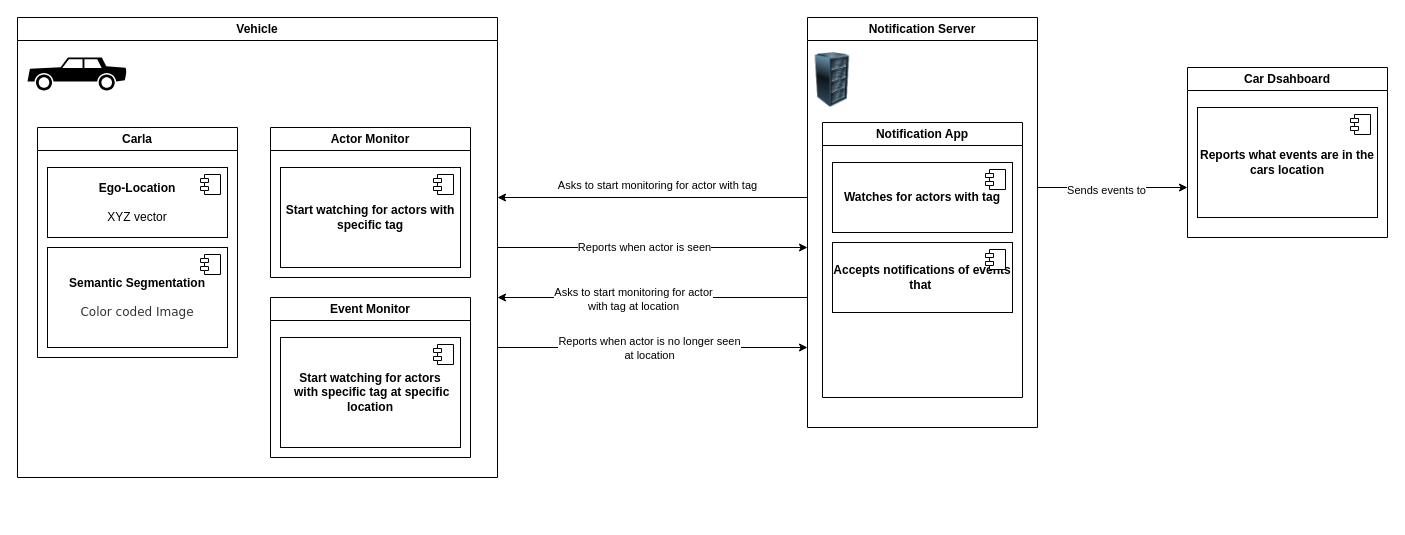
The draw.io diagram Carla_sensors.drawio in Eclipse-SDV-Hackathon-Chapter-Three/tide, before the edit. Source tidied: cells renumbered, new cells numbered last; positions are measured from the earlier drawing's top-left corner, leaving out a move shared by most shapes. Both pictures are drawn from the tidied source at 100%, with x=0, y=0 at pixel (17, 17).
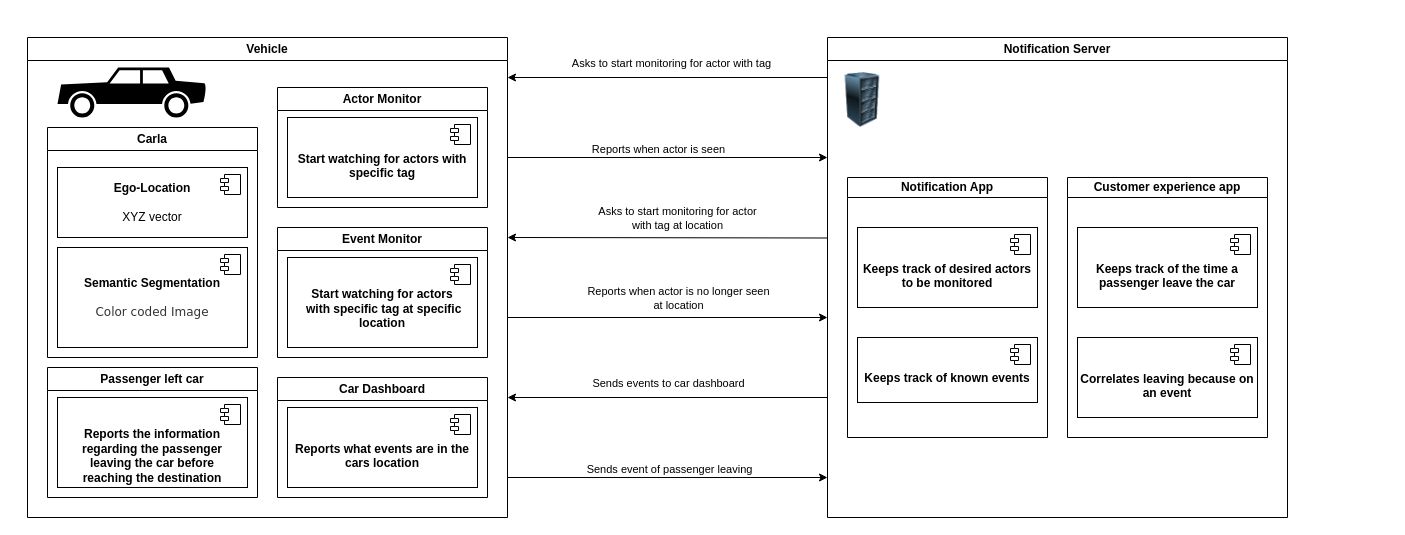
After the change.

Change to the diagram source:
```diff
@@
     <mxCell id="2" style="edgeStyle=none;html=1;" parent="1" edge="1">
       <mxGeometry relative="1" as="geometry">
-        <mxPoint x="790" y="280" as="sourcePoint" />
-        <mxPoint x="480" y="280" as="targetPoint" />
+        <mxPoint x="810" y="220.5" as="sourcePoint" />
+        <mxPoint x="490" y="220" as="targetPoint" />
       </mxGeometry>
     </mxCell>
     <mxCell id="3" value="Asks to start monitoring for actor &lt;br&gt;with tag at location" style="edgeLabel;html=1;align=center;verticalAlign=middle;" parent="2" vertex="1">
-      <mxGeometry x="0.13" y="1" relative="1" as="geometry" />
+      <mxGeometry x="0.13" y="1" relative="1" as="geometry">
+        <mxPoint x="31" y="-21" as="offset" />
+      </mxGeometry>
     </mxCell>
     <mxCell id="4" style="edgeStyle=none;html=1;" parent="1" edge="1">
       <mxGeometry relative="1" as="geometry">
-        <mxPoint x="1020" y="170" as="sourcePoint" />
-        <mxPoint x="1170" y="170" as="targetPoint" />
+        <mxPoint x="810" y="380" as="sourcePoint" />
+        <mxPoint x="490" y="380" as="targetPoint" />
       </mxGeometry>
     </mxCell>
-    <mxCell id="5" value="Sends events to" style="edgeLabel;html=1;align=center;verticalAlign=middle;" parent="4" vertex="1">
-      <mxGeometry x="-0.09" y="-2" relative="1" as="geometry" />
+    <mxCell id="5" value="Sends events to car dashboard" style="edgeLabel;html=1;align=center;verticalAlign=middle;" parent="4" vertex="1">
+      <mxGeometry x="-0.09" y="-2" relative="1" as="geometry">
+        <mxPoint x="-14" y="-13" as="offset" />
+      </mxGeometry>
     </mxCell>
     <mxCell id="6" value="Notification Server" style="swimlane;whiteSpace=wrap;html=1;" parent="1" vertex="1">
-      <mxGeometry x="790" width="230" height="410" as="geometry" />
+      <mxGeometry x="810" y="20" width="460" height="480" as="geometry" />
     </mxCell>
     <mxCell id="7" style="image;html=1;image=img/lib/clip_art/computers/Server_Rack_128x128.png;" parent="6" vertex="1">
-      <mxGeometry y="35" width="50" height="55" as="geometry" />
+      <mxGeometry x="10" y="35" width="50" height="55" as="geometry" />
     </mxCell>
-    <mxCell id="8" value="Notification App" style="swimlane;whiteSpace=wrap;html=1;startSize=23;" parent="6" vertex="1">
-      <mxGeometry x="15" y="105" width="200" height="275" as="geometry" />
+    <mxCell id="8" value="Notification App" style="swimlane;whiteSpace=wrap;html=1;startSize=20;" parent="6" vertex="1">
+      <mxGeometry x="20" y="140" width="200" height="260" as="geometry" />
     </mxCell>
@@
-    <mxCell id="10" value="&lt;b&gt;Watches for actors with tag&lt;/b&gt;" style="html=1;whiteSpace=wrap;" parent="8" vertex="1">
-      <mxGeometry x="10" y="40" width="180" height="70" as="geometry" />
+    <mxCell id="10" value="&lt;b&gt;Keeps track of desired actors to be monitored&lt;/b&gt;&lt;div&gt;&lt;b&gt;&lt;br&gt;&lt;/b&gt;&lt;/div&gt;" style="html=1;whiteSpace=wrap;verticalAlign=bottom;" parent="8" vertex="1">
+      <mxGeometry x="10" y="50" width="180" height="80" as="geometry" />
     </mxCell>
@@
-    <mxCell id="12" value="&lt;b&gt;Accepts notifications of events that&amp;nbsp;&lt;/b&gt;" style="html=1;whiteSpace=wrap;" parent="8" vertex="1">
-      <mxGeometry x="10" y="120" width="180" height="70" as="geometry" />
-    </mxCell>
-    <mxCell id="13" style="shape=module;jettyWidth=8;jettyHeight=4;" parent="12" vertex="1">
-      <mxGeometry x="1" width="20" height="20" relative="1" as="geometry">
-        <mxPoint x="-27" y="7" as="offset" />
-      </mxGeometry>
-    </mxCell>
-    <mxCell id="14" value="Car Dsahboard" style="swimlane;whiteSpace=wrap;html=1;" parent="1" vertex="1">
-      <mxGeometry x="1170" y="50" width="200" height="170" as="geometry" />
-    </mxCell>
-    <mxCell id="15" value="&lt;b&gt;Reports what events are in the cars location&lt;/b&gt;" style="html=1;whiteSpace=wrap;" parent="14" vertex="1">
-      <mxGeometry x="10" y="40" width="180" height="110" as="geometry" />
-    </mxCell>
-    <mxCell id="16" style="shape=module;jettyWidth=8;jettyHeight=4;" parent="15" vertex="1">
-      <mxGeometry x="1" width="20" height="20" relative="1" as="geometry">
-        <mxPoint x="-27" y="7" as="offset" />
-      </mxGeometry>
-    </mxCell>
+    <mxCell id="40" value="&lt;b&gt;Keeps track of known events&lt;/b&gt;&lt;div&gt;&lt;b&gt;&lt;br&gt;&lt;/b&gt;&lt;/div&gt;" style="html=1;whiteSpace=wrap;verticalAlign=bottom;" parent="8" vertex="1">
+      <mxGeometry x="10" y="160" width="180" height="65" as="geometry" />
+    </mxCell>
+    <mxCell id="41" style="shape=module;jettyWidth=8;jettyHeight=4;" parent="40" vertex="1">
+      <mxGeometry x="1" width="20" height="20" relative="1" as="geometry">
+        <mxPoint x="-27" y="7" as="offset" />
+      </mxGeometry>
+    </mxCell>
+    <mxCell id="42" value="Customer experience app" style="swimlane;whiteSpace=wrap;html=1;startSize=20;" parent="6" vertex="1">
+      <mxGeometry x="240" y="140" width="200" height="260" as="geometry" />
+    </mxCell>
+    <mxCell id="43" style="edgeStyle=none;html=1;exitX=0.5;exitY=1;exitDx=0;exitDy=0;entryX=0.5;entryY=0;entryDx=0;entryDy=0;" parent="42" edge="1">
+      <mxGeometry relative="1" as="geometry">
+        <mxPoint x="110" y="180" as="targetPoint" />
+      </mxGeometry>
+    </mxCell>
+    <mxCell id="44" value="&lt;div&gt;&lt;b&gt;Keeps track of the time a passenger leave the car&lt;/b&gt;&lt;/div&gt;&lt;div&gt;&lt;b&gt;&lt;br&gt;&lt;/b&gt;&lt;/div&gt;" style="html=1;whiteSpace=wrap;verticalAlign=bottom;" parent="42" vertex="1">
+      <mxGeometry x="10" y="50" width="180" height="80" as="geometry" />
+    </mxCell>
+    <mxCell id="45" style="shape=module;jettyWidth=8;jettyHeight=4;" parent="44" vertex="1">
+      <mxGeometry x="1" width="20" height="20" relative="1" as="geometry">
+        <mxPoint x="-27" y="7" as="offset" />
+      </mxGeometry>
+    </mxCell>
+    <mxCell id="46" value="&lt;div&gt;&lt;b&gt;Correlates leaving because on an event&lt;/b&gt;&lt;/div&gt;&lt;div&gt;&lt;b&gt;&lt;br&gt;&lt;/b&gt;&lt;/div&gt;" style="html=1;whiteSpace=wrap;verticalAlign=bottom;" parent="42" vertex="1">
+      <mxGeometry x="10" y="160" width="180" height="80" as="geometry" />
+    </mxCell>
+    <mxCell id="47" style="shape=module;jettyWidth=8;jettyHeight=4;" parent="46" vertex="1">
+      <mxGeometry x="1" width="20" height="20" relative="1" as="geometry">
+        <mxPoint x="-27" y="7" as="offset" />
+      </mxGeometry>
+    </mxCell>
     <mxCell id="17" style="edgeStyle=none;html=1;" parent="1" edge="1">
       <mxGeometry relative="1" as="geometry">
-        <mxPoint x="480" y="330" as="sourcePoint" />
-        <mxPoint x="790" y="330" as="targetPoint" />
+        <mxPoint x="490" y="300" as="sourcePoint" />
+        <mxPoint x="810" y="300" as="targetPoint" />
       </mxGeometry>
     </mxCell>
     <mxCell id="18" value="Reports when actor is no longer seen&lt;br&gt;at location" style="edgeLabel;html=1;align=center;verticalAlign=middle;" parent="17" vertex="1">
       <mxGeometry x="-0.3" y="2" relative="1" as="geometry">
-        <mxPoint x="42" y="2" as="offset" />
+        <mxPoint x="58" y="-18" as="offset" />
       </mxGeometry>
     </mxCell>
     <mxCell id="19" value="Vehicle" style="swimlane;whiteSpace=wrap;html=1;startSize=23;" parent="1" vertex="1">
-      <mxGeometry width="480" height="460" as="geometry" />
+      <mxGeometry x="10" y="20" width="480" height="480" as="geometry" />
     </mxCell>
@@
     <mxCell id="21" style="shape=mxgraph.signs.transportation.car_2;html=1;fillColor=#000000;strokeColor=none;verticalLabelPosition=bottom;verticalAlign=top;align=center;" parent="19" vertex="1">
-      <mxGeometry x="10" y="40" width="100" height="33" as="geometry" />
+      <mxGeometry x="30" y="30" width="150" height="50" as="geometry" />
     </mxCell>
     <mxCell id="22" value="Carla" style="swimlane;whiteSpace=wrap;html=1;" parent="19" vertex="1">
-      <mxGeometry x="20" y="110" width="200" height="230" as="geometry" />
+      <mxGeometry x="20" y="90" width="210" height="230" as="geometry" />
     </mxCell>
@@
     <mxCell id="24" value="&lt;b&gt;Semantic Segmentation&lt;/b&gt;&lt;div&gt;&lt;br&gt;&lt;/div&gt;&lt;div&gt;&lt;span style=&quot;color: rgb(51, 51, 51); font-family: Verdana;&quot;&gt;Color coded Image&lt;/span&gt;&lt;/div&gt;" style="html=1;whiteSpace=wrap;" parent="22" vertex="1">
-      <mxGeometry x="10" y="120" width="180" height="100" as="geometry" />
+      <mxGeometry x="10" y="120" width="190" height="100" as="geometry" />
     </mxCell>
@@
     <mxCell id="26" value="&lt;b&gt;Ego-Location&lt;/b&gt;&lt;div&gt;&lt;br&gt;&lt;/div&gt;&lt;div&gt;XYZ vector&lt;/div&gt;" style="html=1;whiteSpace=wrap;" parent="22" vertex="1">
-      <mxGeometry x="10" y="40" width="180" height="70" as="geometry" />
+      <mxGeometry x="10" y="40" width="190" height="70" as="geometry" />
     </mxCell>
@@
     <mxCell id="28" value="Actor Monitor" style="swimlane;whiteSpace=wrap;html=1;startSize=23;" parent="19" vertex="1">
-      <mxGeometry x="253" y="110" width="200" height="150" as="geometry" />
+      <mxGeometry x="250" y="50" width="210" height="120" as="geometry" />
     </mxCell>
@@
-    <mxCell id="30" style="edgeStyle=none;html=1;exitX=1;exitY=0.5;exitDx=0;exitDy=0;" parent="28" edge="1" source="19">
-      <mxGeometry relative="1" as="geometry">
-        <mxPoint x="537" y="120" as="targetPoint" />
-      </mxGeometry>
-    </mxCell>
-    <mxCell id="31" value="Reports when actor is seen" style="edgeLabel;html=1;align=center;verticalAlign=middle;" parent="30" vertex="1">
-      <mxGeometry x="-0.06" y="1" relative="1" as="geometry" />
-    </mxCell>
-    <mxCell id="32" value="&lt;b&gt;Start watching for actors with specific tag&lt;/b&gt;" style="html=1;whiteSpace=wrap;" parent="28" vertex="1">
-      <mxGeometry x="10" y="40" width="180" height="100" as="geometry" />
+    <mxCell id="32" value="&lt;b&gt;Start watching for actors with specific tag&lt;/b&gt;&lt;div&gt;&lt;b&gt;&lt;br&gt;&lt;/b&gt;&lt;/div&gt;" style="html=1;whiteSpace=wrap;verticalAlign=bottom;" parent="28" vertex="1">
+      <mxGeometry x="10" y="30" width="190" height="80" as="geometry" />
     </mxCell>
@@
-    <mxCell id="34" value="Event Monitor" style="swimlane;whiteSpace=wrap;html=1;startSize=23;" parent="19" vertex="1">
-      <mxGeometry x="253" y="280" width="200" height="160" as="geometry" />
+    <mxCell id="34" value="Event Monitor" style="swimlane;whiteSpace=wrap;html=1;startSize=23;verticalAlign=middle;" parent="19" vertex="1">
+      <mxGeometry x="250" y="190" width="210" height="130" as="geometry" />
     </mxCell>
@@
-    <mxCell id="36" value="&lt;b&gt;Start watching for actors&lt;/b&gt;&lt;div&gt;&lt;b&gt;&amp;nbsp;with specific tag at specific location&lt;/b&gt;&lt;/div&gt;" style="html=1;whiteSpace=wrap;" parent="34" vertex="1">
-      <mxGeometry x="10" y="40" width="180" height="110" as="geometry" />
+    <mxCell id="36" value="&lt;b&gt;Start watching for actors&lt;/b&gt;&lt;div&gt;&lt;b&gt;&amp;nbsp;with specific tag at specific location&lt;/b&gt;&lt;/div&gt;&lt;div&gt;&lt;b&gt;&lt;br&gt;&lt;/b&gt;&lt;/div&gt;" style="html=1;whiteSpace=wrap;verticalAlign=bottom;" parent="34" vertex="1">
+      <mxGeometry x="10" y="30" width="190" height="90" as="geometry" />
     </mxCell>
@@
+    <mxCell id="48" value="Car Dashboard" style="swimlane;whiteSpace=wrap;html=1;" parent="19" vertex="1">
+      <mxGeometry x="250" y="340" width="210" height="120" as="geometry" />
+    </mxCell>
+    <mxCell id="15" value="&lt;b&gt;Reports what events are in the cars location&lt;/b&gt;&lt;div&gt;&lt;b&gt;&lt;br&gt;&lt;/b&gt;&lt;/div&gt;" style="html=1;whiteSpace=wrap;verticalAlign=bottom;" parent="48" vertex="1">
+      <mxGeometry x="10" y="30" width="190" height="80" as="geometry" />
+    </mxCell>
+    <mxCell id="49" style="shape=module;jettyWidth=8;jettyHeight=4;" parent="15" vertex="1">
+      <mxGeometry x="1" width="20" height="20" relative="1" as="geometry">
+        <mxPoint x="-27" y="7" as="offset" />
+      </mxGeometry>
+    </mxCell>
+    <mxCell id="50" value="Passenger left car" style="swimlane;whiteSpace=wrap;html=1;" parent="19" vertex="1">
+      <mxGeometry x="20" y="330" width="210" height="130" as="geometry" />
+    </mxCell>
+    <mxCell id="51" value="&lt;b&gt;Reports the information regarding the passenger&lt;/b&gt;&lt;div&gt;&lt;b&gt;leaving the car before&lt;/b&gt;&lt;/div&gt;&lt;div&gt;&lt;b&gt;reaching the destination&lt;/b&gt;&lt;/div&gt;" style="html=1;whiteSpace=wrap;verticalAlign=bottom;" parent="50" vertex="1">
+      <mxGeometry x="10" y="30" width="190" height="90" as="geometry" />
+    </mxCell>
+    <mxCell id="52" style="shape=module;jettyWidth=8;jettyHeight=4;" parent="51" vertex="1">
+      <mxGeometry x="1" width="20" height="20" relative="1" as="geometry">
+        <mxPoint x="-27" y="7" as="offset" />
+      </mxGeometry>
+    </mxCell>
     <mxCell id="38" style="edgeStyle=none;html=1;" parent="1" edge="1">
       <mxGeometry relative="1" as="geometry">
-        <mxPoint x="790" y="180" as="sourcePoint" />
-        <mxPoint x="480" y="180" as="targetPoint" />
+        <mxPoint x="810" y="60" as="sourcePoint" />
+        <mxPoint x="490" y="60" as="targetPoint" />
       </mxGeometry>
     </mxCell>
     <mxCell id="39" value="Asks to start monitoring for actor with tag" style="edgeLabel;html=1;align=center;verticalAlign=middle;" parent="38" vertex="1">
       <mxGeometry x="0.08" y="-4" relative="1" as="geometry">
-        <mxPoint x="16" y="-9" as="offset" />
+        <mxPoint x="16" y="-11" as="offset" />
       </mxGeometry>
     </mxCell>
+    <mxCell id="30" style="edgeStyle=none;html=1;" parent="1" edge="1">
+      <mxGeometry relative="1" as="geometry">
+        <mxPoint x="490" y="140" as="sourcePoint" />
+        <mxPoint x="810" y="140" as="targetPoint" />
+      </mxGeometry>
+    </mxCell>
+    <mxCell id="31" value="Reports when actor is seen" style="edgeLabel;html=1;align=center;verticalAlign=middle;" parent="30" vertex="1">
+      <mxGeometry x="-0.06" y="1" relative="1" as="geometry">
+        <mxPoint y="-8" as="offset" />
+      </mxGeometry>
+    </mxCell>
+    <mxCell id="53" style="edgeStyle=none;html=1;" parent="1" edge="1">
+      <mxGeometry relative="1" as="geometry">
+        <mxPoint x="490" y="460" as="sourcePoint" />
+        <mxPoint x="810" y="460" as="targetPoint" />
+      </mxGeometry>
+    </mxCell>
+    <mxCell id="54" value="Sends event of passenger leaving" style="edgeLabel;html=1;align=center;verticalAlign=middle;" parent="53" vertex="1">
+      <mxGeometry x="-0.06" y="1" relative="1" as="geometry">
+        <mxPoint x="11" y="-8" as="offset" />
+      </mxGeometry>
+    </mxCell>
```
